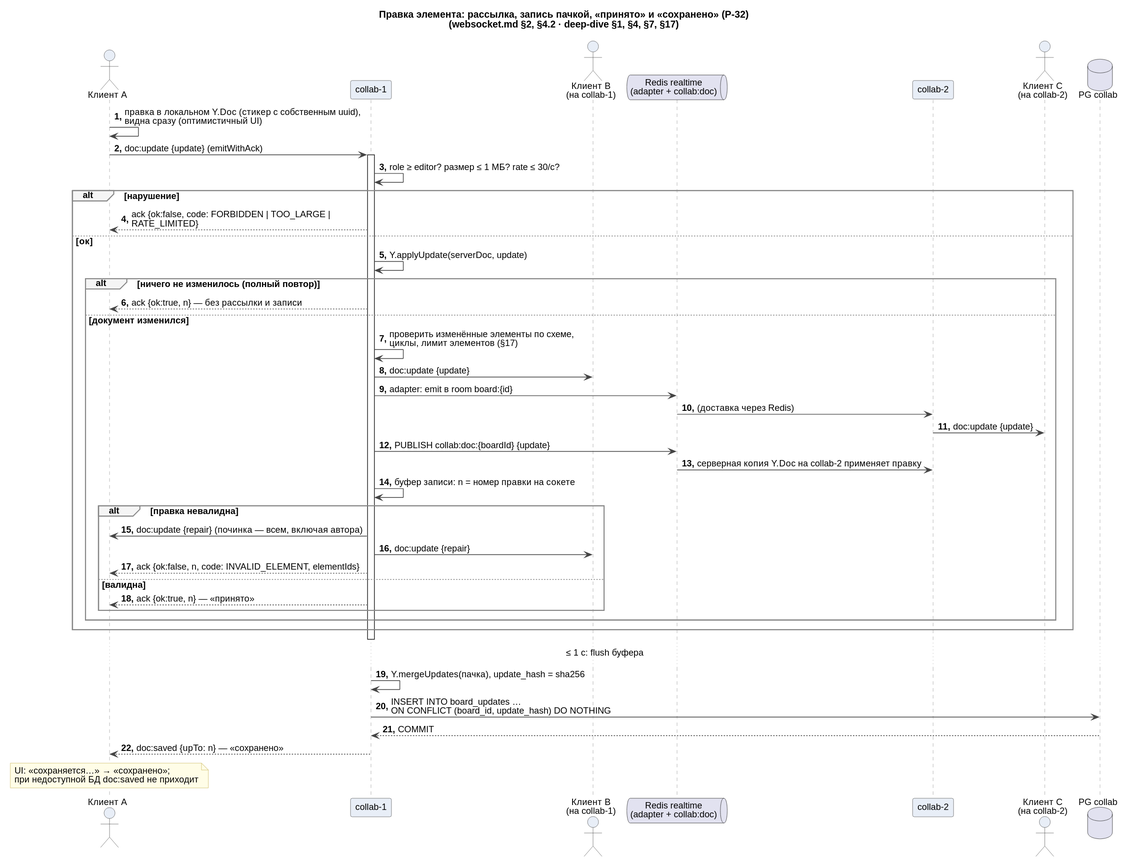
This is docs/system-design/sequences/detailed/02-edit.svg from fanera-team/fanera, a PlantUML export, as it was before one commit. The source it was exported from:
```plantuml
@startuml
!include ../_style.iuml
title Правка элемента: рассылка, запись пачкой, «принято» и «сохранено» (Р-32)\n(websocket.md §2, §4.2 · deep-dive §1, §4, §7, §17)

actor "Клиент A" as A
participant "collab-1" as C1
actor "Клиент B\n(на collab-1)" as B
queue "Redis realtime\n(adapter + collab:doc)" as R
participant "collab-2" as C2
actor "Клиент C\n(на collab-2)" as C
database "PG collab" as PG

A -> A : правка в локальном Y.Doc (стикер с собственным uuid),\nвидна сразу (оптимистичный UI)
A -> C1 : doc:update {update} (emitWithAck)
activate C1
C1 -> C1 : role ≥ editor? размер ≤ 1 МБ? rate ≤ 30/с?
alt нарушение
  C1 --> A : ack {ok:false, code: FORBIDDEN | TOO_LARGE | RATE_LIMITED}
else ок
  C1 -> C1 : Y.applyUpdate(serverDoc, update)
  alt ничего не изменилось (полный повтор)
    C1 --> A : ack {ok:true, n} — без рассылки и записи
  else документ изменился
    C1 -> C1 : проверить изменённые элементы по схеме,\nциклы, лимит элементов (§17)
    C1 -> B : doc:update {update}
    C1 -> R : adapter: emit в room board:{id}
    R -> C2 : (доставка через Redis)
    C2 -> C : doc:update {update}
    C1 -> R : PUBLISH collab:doc:{boardId} {update}
    R -> C2 : серверная копия Y.Doc на collab-2 применяет правку
    C1 -> C1 : буфер записи: n = номер правки на сокете
    alt правка невалидна
      C1 -> A : doc:update {repair} (починка — всем, включая автора)
      C1 -> B : doc:update {repair}
      C1 --> A : ack {ok:false, n, code: INVALID_ELEMENT, elementIds}
    else валидна
      C1 --> A : ack {ok:true, n} — «принято»
    end
  end
end
deactivate C1

... ≤ 1 с: flush буфера ...

C1 -> C1 : Y.mergeUpdates(пачка), update_hash = sha256
C1 -> PG : INSERT INTO board_updates …\nON CONFLICT (board_id, update_hash) DO NOTHING
PG --> C1 : COMMIT
C1 --> A : doc:saved {upTo: n} — «сохранено»
note over A : UI: «сохраняется…» → «сохранено»;\nпри недоступной БД doc:saved не приходит
@enduml
```
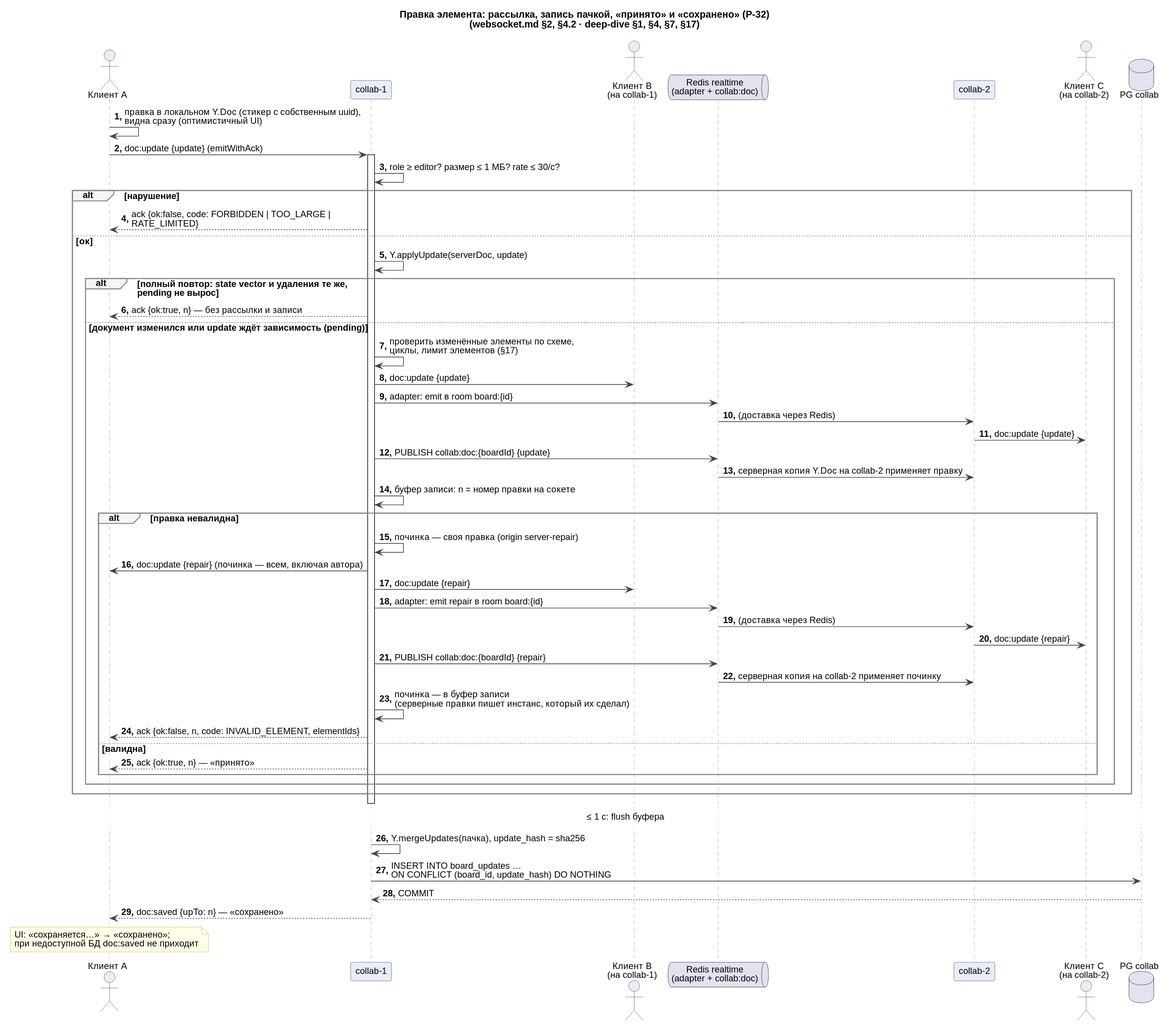
The same diagram one commit later.

What changed in the source:
```diff
@@ -18,9 +18,10 @@
   C1 --> A : ack {ok:false, code: FORBIDDEN | TOO_LARGE | RATE_LIMITED}
 else ок
   C1 -> C1 : Y.applyUpdate(serverDoc, update)
-  alt ничего не изменилось (полный повтор)
+  alt полный повтор: state vector и удаления те же,\npending не вырос
+
     C1 --> A : ack {ok:true, n} — без рассылки и записи
-  else документ изменился
+  else документ изменился или update ждёт зависимость (pending)
     C1 -> C1 : проверить изменённые элементы по схеме,\nциклы, лимит элементов (§17)
     C1 -> B : doc:update {update}
     C1 -> R : adapter: emit в room board:{id}
@@ -30,8 +31,15 @@
     R -> C2 : серверная копия Y.Doc на collab-2 применяет правку
     C1 -> C1 : буфер записи: n = номер правки на сокете
     alt правка невалидна
+      C1 -> C1 : починка — своя правка (origin server-repair)
       C1 -> A : doc:update {repair} (починка — всем, включая автора)
       C1 -> B : doc:update {repair}
+      C1 -> R : adapter: emit repair в room board:{id}
+      R -> C2 : (доставка через Redis)
+      C2 -> C : doc:update {repair}
+      C1 -> R : PUBLISH collab:doc:{boardId} {repair}
+      R -> C2 : серверная копия на collab-2 применяет починку
+      C1 -> C1 : починка — в буфер записи\n(серверные правки пишет инстанс, который их сделал)
       C1 --> A : ack {ok:false, n, code: INVALID_ELEMENT, elementIds}
     else валидна
       C1 --> A : ack {ok:true, n} — «принято»
```
